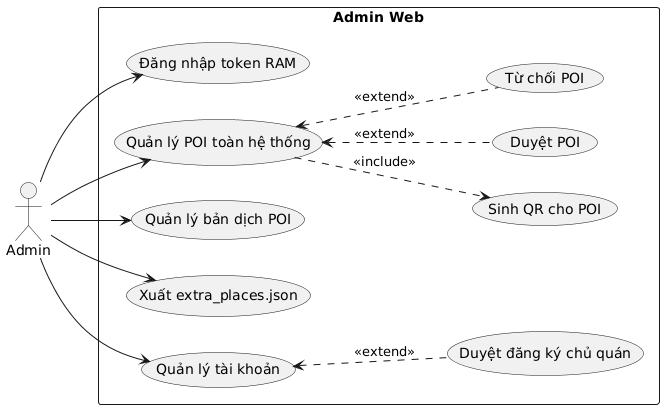
hoangtri22/TravelGuide keeps this PlantUML diagram as Diagrams/USECASE_Admin.png. Above is the earlier version.
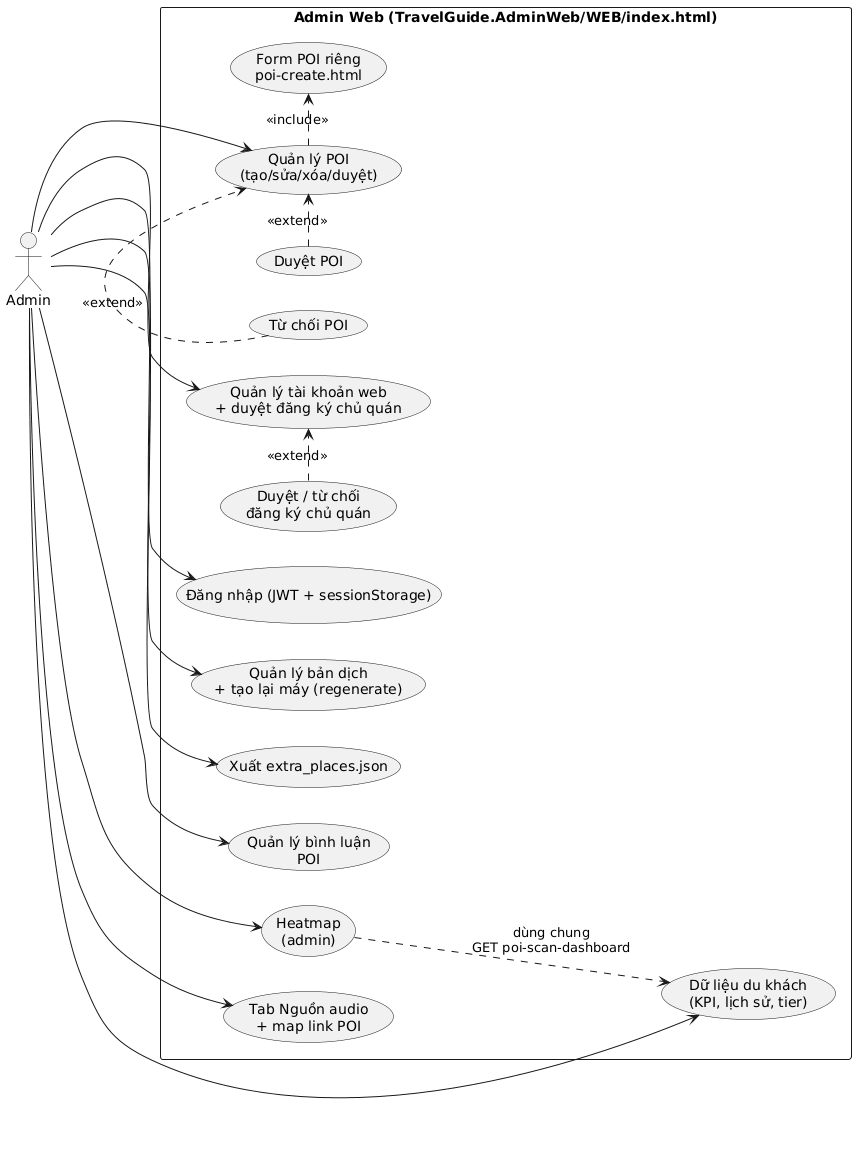
After the commit.

The edit, as a diff of the source:
```diff
@@ -1,24 +1,39 @@
 @startuml
 left to right direction
-actor "Admin" as A
-rectangle "Admin Web" {
-  usecase "Đăng nhập token RAM" as AL
-  usecase "Quản lý POI toàn hệ thống" as APA
-  usecase "Sinh QR cho POI" as APQR
-  usecase "Duyệt POI" as APAP
-  usecase "Từ chối POI" as APRJ
-  usecase "Quản lý bản dịch POI" as AQT
-  usecase "Xuất extra_places.json" as AQE
-  usecase "Quản lý tài khoản" as AUA
-  usecase "Duyệt đăng ký chủ quán" as AUAO
+skinparam shadowing false
+skinparam monochrome true
+actor Admin
+
+rectangle "Admin Web (TravelGuide.AdminWeb/WEB/index.html)" {
+  usecase "Đăng nhập (JWT + sessionStorage)" as U1
+  usecase "Quản lý POI\n(tạo/sửa/xóa/duyệt)" as U2
+  usecase "Duyệt POI" as U3
+  usecase "Từ chối POI" as U4
+  usecase "Form POI riêng\npoi-create.html" as U5
+  usecase "Quản lý bản dịch\n+ tạo lại máy (regenerate)" as U6
+  usecase "Xuất extra_places.json" as U7
+  usecase "Quản lý tài khoản web\n+ duyệt đăng ký chủ quán" as U8
+  usecase "Duyệt / từ chối\nđăng ký chủ quán" as U9
+  usecase "Dữ liệu du khách\n(KPI, lịch sử, tier)" as U10
+  usecase "Quản lý bình luận\nPOI" as U11
+  usecase "Heatmap\n(admin)" as U12
+  usecase "Tab Nguồn audio\n+ map link POI" as U13
 }
-A --> AL
-A --> APA
-A --> AQT
-A --> AQE
-A --> AUA
-APA ..> APQR : <<include>>
-APA <.. APAP : <<extend>>
-APA <.. APRJ : <<extend>>
-AUA <.. AUAO : <<extend>>
+
+
+
+Admin --> U1
+Admin --> U2
+Admin --> U6
+Admin --> U7
+Admin --> U8
+Admin --> U10
+Admin --> U11
+Admin --> U12
+Admin --> U13
+U3 .> U2 : <<extend>>
+U4 .> U2 : <<extend>>
+U2 .> U5 : <<include>>
+U9 .> U8 : <<extend>>
+U12 ..> U10 : dùng chung\nGET poi-scan-dashboard
 @enduml
```
